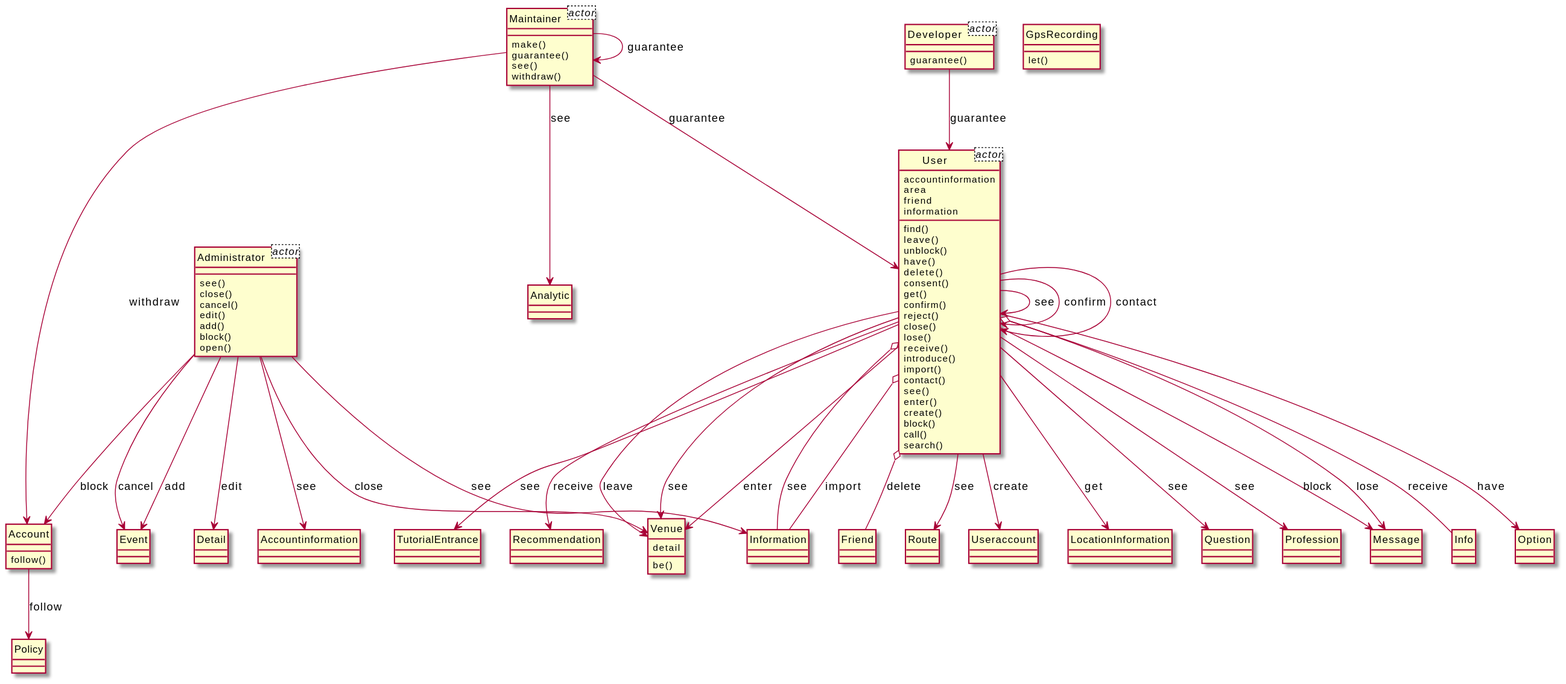
The PlantUML diagram output/diagram_5/2018-USC-Project01.svg in xixixhalu/DomainModelExtractor, before a commit.
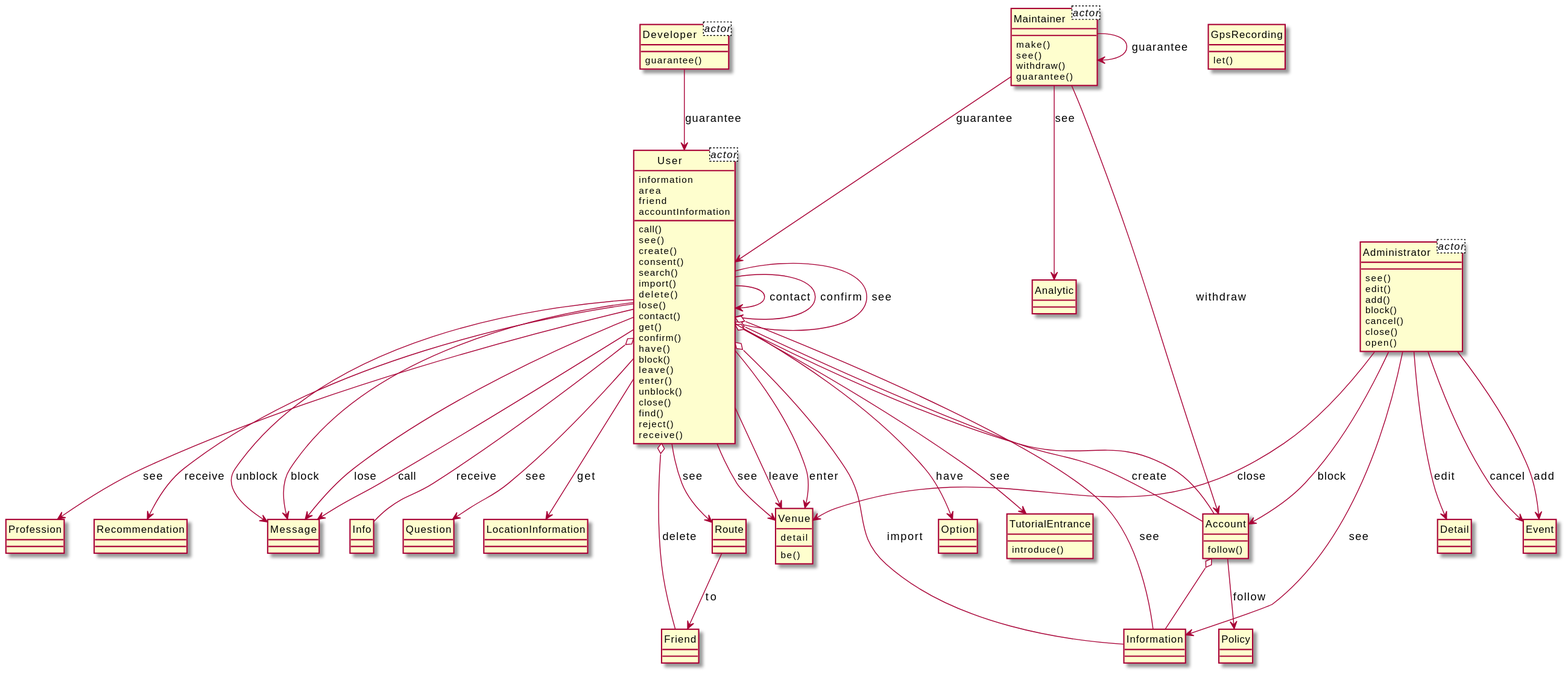
Later version of the same file.

Change to the diagram source:
```diff
@@ -7,127 +7,127 @@
 class Developer<actor> {
 }
 class User<actor> {
-	accountinformation
+	information
 	area
 	friend
-	information
+	accountInformation
 }
 class Venue {
 	detail
 	be()
 }
+class User {
+	call()
+	see()
+	create()
+	consent()
+	search()
+	import()
+	delete()
+	lose()
+	contact()
+	get()
+	confirm()
+	have()
+	block()
+	leave()
+	enter()
+	unblock()
+	close()
+	find()
+	reject()
+	receive()
+}
+class Message {
+}
+class Info {
+}
+class Question {
+}
+class Maintainer {
+	make()
+	see()
+	withdraw()
+	guarantee()
+}
 class Administrator {
 	see()
-	close()
-	cancel()
 	edit()
 	add()
 	block()
+	cancel()
+	close()
 	open()
+}
+class LocationInformation {
+}
+class Friend {
+}
+class Account {
+	follow()
+}
+class Policy {
+}
+class Event {
+}
+class Option {
 }
 class Information {
 }
-class User {
-	find()
-	leave()
-	unblock()
-	have()
-	delete()
-	consent()
-	get()
-	confirm()
-	reject()
-	close()
-	lose()
-	receive()
+class TutorialEntrance {
 	introduce()
-	import()
-	contact()
-	see()
-	enter()
-	create()
-	block()
-	call()
-	search()
+}
+class Detail {
 }
 class Developer {
 	guarantee()
 }
-class Friend {
-}
-class Route {
-}
-class Maintainer {
-	make()
-	guarantee()
-	see()
-	withdraw()
-}
 class Analytic {
-}
-class Useraccount {
-}
-class LocationInformation {
-}
-class Question {
-}
-class Profession {
-}
-class Message {
-}
-class Account {
-	follow()
-}
-class Accountinformation {
-}
-class Info {
-}
-class Option {
-}
-class TutorialEntrance {
-}
-class Recommendation {
-}
-class Policy {
 }
 class GpsRecording {
 	let()
 }
-class Event {
+class Route {
 }
-class Detail {
+class Profession {
 }
+class Recommendation {
+}
+User --> Message : block
+User --> Message : lose
+User --> Venue : see
+User --> TutorialEntrance : see
+User o-- Info : receive
+Maintainer --> User : guarantee
+User --> User : contact
+User --> Recommendation : receive
+Administrator --> Detail : edit
+Route --> Friend : to
+User --> Question : see
+Account o-- Information
+User --> LocationInformation : get
+Developer --> User : guarantee
 Maintainer --> Account : withdraw
-Maintainer --> User : guarantee
-Maintainer --> Maintainer : guarantee
-Developer --> User : guarantee
-User o-- Information : see
-User --> Route : see
+User o-- Friend : delete
+User --> Venue : leave
 Maintainer --> Analytic : see
-User --> Option : have
-Administrator --> Detail : edit
-User --> Useraccount : create
-User --> TutorialEntrance : see
-User o-- Friend : delete
-User --> Message : block
-User --> LocationInformation : get
-User --> Recommendation : receive
-User --> Question : see
-User --> Venue : leave
-Administrator --> Information : see
-User --> Profession : see
+User --> Venue : enter
+User --> User : confirm
 Account --> Policy : follow
 User --> User : see
-User --> User : confirm
-User --> Venue : see
-User --> Message : lose
-User --> Venue : enter
-Administrator --> Account : block
+Administrator --> Information : see
+User --> Message : call
 Administrator --> Event : cancel
-User o-- Info : receive
-User o-- Information : import
 Administrator --> Venue : close
 Administrator --> Event : add
-Administrator --> Accountinformation : see
-User --> User : contact
+User o-- Account : create
+User o-- Information : import
+User o-- Account
+User --> Option : have
+Maintainer --> Maintainer : guarantee
+User --> Route : see
+User --> Message : unblock
+Administrator --> Account : block
+User o-- Information : see
+User --> Profession : see
 @enduml
```
